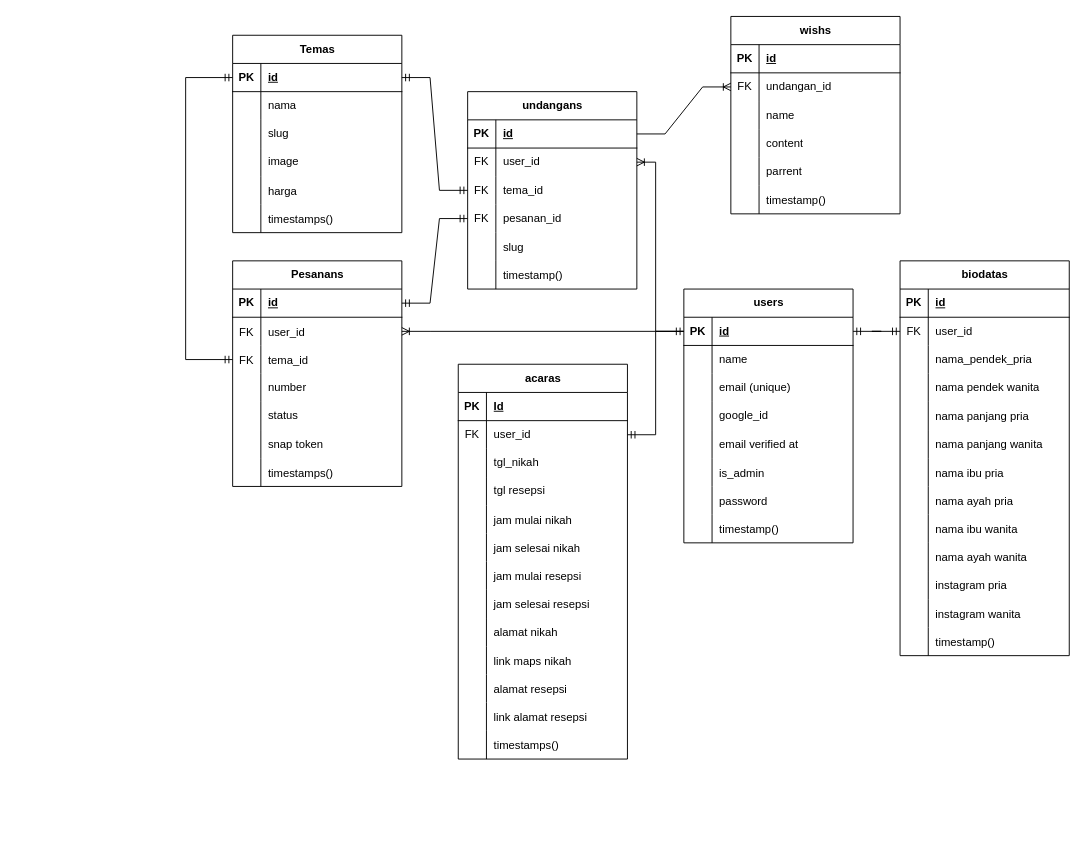
Earlier version of the draw.io diagram Untitled Diagram.drawio (herisukoco/draw.io). Source tidied: cells renumbered, new cells numbered last; positions are measured from the earlier drawing's top-left corner, leaving out a move shared by most shapes. Both pictures are drawn from the tidied source at 94%, with x=0, y=0 at pixel (185, 16).
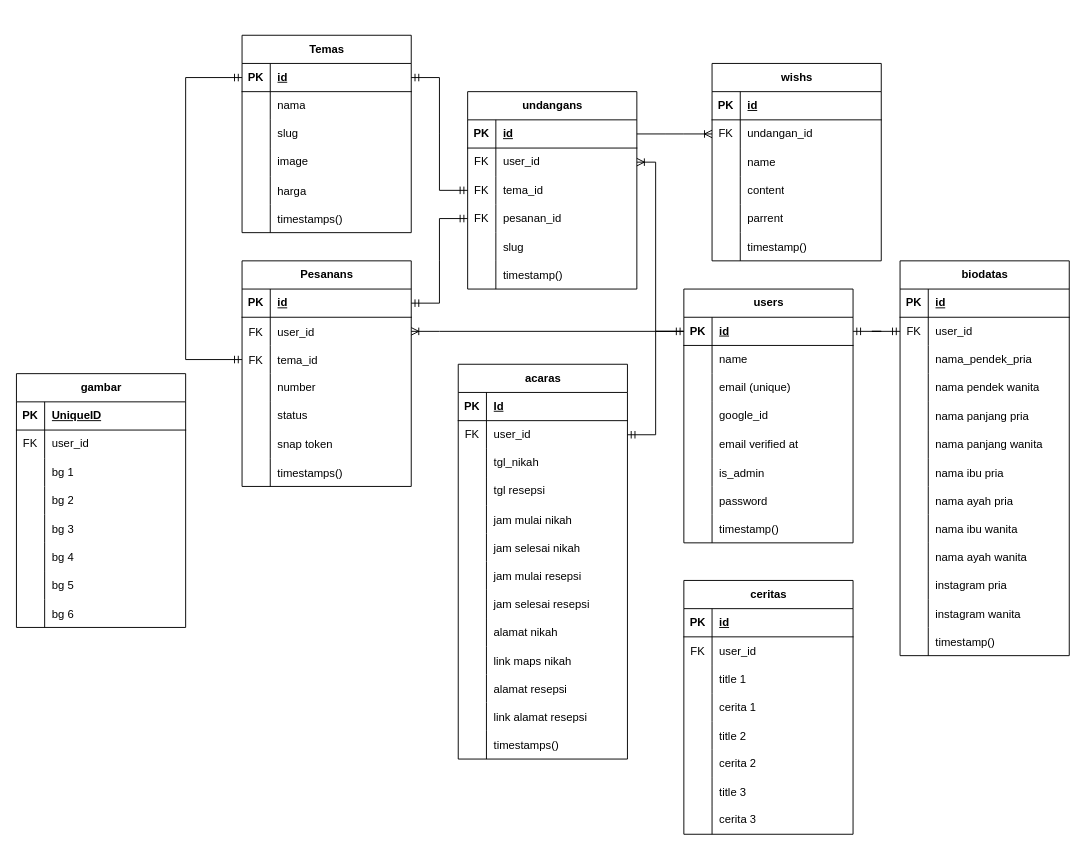
After the change.

Change to the diagram source:
```diff
@@
     <mxCell id="109" value="Temas" style="shape=table;startSize=30;childLayout=tableLayout;rowLines=0;fontStyle=1;align=center;html=1;" parent="1" vertex="1">
-      <mxGeometry x="50" y="20" width="180" height="210" as="geometry" />
+      <mxGeometry x="60" y="20" width="180" height="210" as="geometry" />
     </mxCell>
@@
     <mxCell id="128" value="Pesanans" style="shape=table;startSize=30;childLayout=tableLayout;rowLines=0;fontStyle=1;align=center;html=1;" parent="1" vertex="1">
-      <mxGeometry x="50" y="260" width="180" height="240" as="geometry" />
+      <mxGeometry x="60" y="260" width="180" height="240" as="geometry" />
     </mxCell>
@@
     <mxCell id="171" value="wishs" style="shape=table;startSize=30;childLayout=tableLayout;rowLines=0;fontStyle=1;align=center;html=1;" parent="1" vertex="1">
-      <mxGeometry x="580" width="180" height="210" as="geometry" />
+      <mxGeometry x="560" y="50" width="180" height="210" as="geometry" />
     </mxCell>
@@
+    <mxCell id="194" value="ceritas" style="shape=table;startSize=30;childLayout=tableLayout;rowLines=0;fontStyle=1;align=center;html=1;" parent="1" vertex="1">
+      <mxGeometry x="530" y="600" width="180" height="270" as="geometry" />
+    </mxCell>
+    <mxCell id="195" style="shape=tableRow;horizontal=0;startSize=0;swimlaneHead=0;swimlaneBody=0;fillColor=none;top=0;left=0;right=0;bottom=1;" parent="194" vertex="1">
+      <mxGeometry y="30" width="180" height="30" as="geometry" />
+    </mxCell>
+    <mxCell id="196" value="PK" style="shape=partialRectangle;fillColor=none;top=0;left=0;bottom=0;right=0;fontStyle=1;overflow=hidden;whiteSpace=wrap;html=1;" parent="195" vertex="1">
+      <mxGeometry width="30" height="30" as="geometry" />
+    </mxCell>
+    <mxCell id="197" value="id" style="shape=partialRectangle;fillColor=none;top=0;left=0;bottom=0;right=0;align=left;spacingLeft=6;fontStyle=5;overflow=hidden;whiteSpace=wrap;html=1;" parent="195" vertex="1">
+      <mxGeometry x="30" width="150" height="30" as="geometry" />
+    </mxCell>
+    <mxCell id="198" style="shape=tableRow;horizontal=0;startSize=0;swimlaneHead=0;swimlaneBody=0;fillColor=none;top=0;left=0;right=0;bottom=0;" parent="194" vertex="1">
+      <mxGeometry y="60" width="180" height="30" as="geometry" />
+    </mxCell>
+    <mxCell id="199" value="FK" style="shape=partialRectangle;fillColor=none;top=0;left=0;bottom=0;right=0;overflow=hidden;" parent="198" vertex="1">
+      <mxGeometry width="30" height="30" as="geometry" />
+    </mxCell>
+    <mxCell id="200" value="user_id" style="shape=partialRectangle;fillColor=none;top=0;left=0;bottom=0;right=0;align=left;spacingLeft=6;overflow=hidden;" parent="198" vertex="1">
+      <mxGeometry x="30" width="150" height="30" as="geometry" />
+    </mxCell>
+    <mxCell id="201" style="shape=tableRow;horizontal=0;startSize=0;swimlaneHead=0;swimlaneBody=0;fillColor=none;top=0;left=0;right=0;bottom=0;" parent="194" vertex="1">
+      <mxGeometry y="90" width="180" height="30" as="geometry" />
+    </mxCell>
+    <mxCell id="202" style="shape=partialRectangle;fillColor=none;top=0;left=0;bottom=0;right=0;overflow=hidden;" parent="201" vertex="1">
+      <mxGeometry width="30" height="30" as="geometry" />
+    </mxCell>
+    <mxCell id="203" value="title 1" style="shape=partialRectangle;fillColor=none;top=0;left=0;bottom=0;right=0;align=left;spacingLeft=6;overflow=hidden;" parent="201" vertex="1">
+      <mxGeometry x="30" width="150" height="30" as="geometry" />
+    </mxCell>
+    <mxCell id="204" style="shape=tableRow;horizontal=0;startSize=0;swimlaneHead=0;swimlaneBody=0;fillColor=none;top=0;left=0;right=0;bottom=0;" parent="194" vertex="1">
+      <mxGeometry y="120" width="180" height="30" as="geometry" />
+    </mxCell>
+    <mxCell id="205" style="shape=partialRectangle;fillColor=none;top=0;left=0;bottom=0;right=0;overflow=hidden;whiteSpace=wrap;html=1;" parent="204" vertex="1">
+      <mxGeometry width="30" height="30" as="geometry" />
+    </mxCell>
+    <mxCell id="206" value="cerita 1" style="shape=partialRectangle;fillColor=none;top=0;left=0;bottom=0;right=0;align=left;spacingLeft=6;overflow=hidden;whiteSpace=wrap;html=1;" parent="204" vertex="1">
+      <mxGeometry x="30" width="150" height="30" as="geometry" />
+    </mxCell>
+    <mxCell id="207" style="shape=tableRow;horizontal=0;startSize=0;swimlaneHead=0;swimlaneBody=0;fillColor=none;top=0;left=0;right=0;bottom=0;" parent="194" vertex="1">
+      <mxGeometry y="150" width="180" height="30" as="geometry" />
+    </mxCell>
+    <mxCell id="208" style="shape=partialRectangle;fillColor=none;top=0;left=0;bottom=0;right=0;overflow=hidden;" parent="207" vertex="1">
+      <mxGeometry width="30" height="30" as="geometry" />
+    </mxCell>
+    <mxCell id="209" value="title 2" style="shape=partialRectangle;fillColor=none;top=0;left=0;bottom=0;right=0;align=left;spacingLeft=6;overflow=hidden;" parent="207" vertex="1">
+      <mxGeometry x="30" width="150" height="30" as="geometry" />
+    </mxCell>
+    <mxCell id="210" style="shape=tableRow;horizontal=0;startSize=0;swimlaneHead=0;swimlaneBody=0;fillColor=none;top=0;left=0;right=0;bottom=0;" parent="194" vertex="1">
+      <mxGeometry y="180" width="180" height="30" as="geometry" />
+    </mxCell>
+    <mxCell id="211" style="shape=partialRectangle;fillColor=none;top=0;left=0;bottom=0;right=0;overflow=hidden;whiteSpace=wrap;html=1;" parent="210" vertex="1">
+      <mxGeometry width="30" height="30" as="geometry" />
+    </mxCell>
+    <mxCell id="212" value="cerita 2" style="shape=partialRectangle;fillColor=none;top=0;left=0;bottom=0;right=0;align=left;spacingLeft=6;overflow=hidden;whiteSpace=wrap;html=1;" parent="210" vertex="1">
+      <mxGeometry x="30" width="150" height="30" as="geometry" />
+    </mxCell>
+    <mxCell id="213" style="shape=tableRow;horizontal=0;startSize=0;swimlaneHead=0;swimlaneBody=0;fillColor=none;top=0;left=0;right=0;bottom=0;" parent="194" vertex="1">
+      <mxGeometry y="210" width="180" height="30" as="geometry" />
+    </mxCell>
+    <mxCell id="214" style="shape=partialRectangle;fillColor=none;top=0;left=0;bottom=0;right=0;overflow=hidden;" parent="213" vertex="1">
+      <mxGeometry width="30" height="30" as="geometry" />
+    </mxCell>
+    <mxCell id="215" value="title 3" style="shape=partialRectangle;fillColor=none;top=0;left=0;bottom=0;right=0;align=left;spacingLeft=6;overflow=hidden;" parent="213" vertex="1">
+      <mxGeometry x="30" width="150" height="30" as="geometry" />
+    </mxCell>
+    <mxCell id="216" style="shape=tableRow;horizontal=0;startSize=0;swimlaneHead=0;swimlaneBody=0;fillColor=none;top=0;left=0;right=0;bottom=0;" parent="194" vertex="1">
+      <mxGeometry y="240" width="180" height="30" as="geometry" />
+    </mxCell>
+    <mxCell id="217" style="shape=partialRectangle;fillColor=none;top=0;left=0;bottom=0;right=0;overflow=hidden;whiteSpace=wrap;html=1;" parent="216" vertex="1">
+      <mxGeometry width="30" height="30" as="geometry" />
+    </mxCell>
+    <mxCell id="218" value="cerita 3" style="shape=partialRectangle;fillColor=none;top=0;left=0;bottom=0;right=0;align=left;spacingLeft=6;overflow=hidden;whiteSpace=wrap;html=1;" parent="216" vertex="1">
+      <mxGeometry x="30" width="150" height="30" as="geometry" />
+    </mxCell>
+    <mxCell id="219" value="gambar" style="shape=table;startSize=30;childLayout=tableLayout;rowLines=0;fontStyle=1;align=center;html=1;" parent="1" vertex="1">
+      <mxGeometry x="-180" y="380" width="180" height="270" as="geometry" />
+    </mxCell>
+    <mxCell id="220" style="shape=tableRow;horizontal=0;startSize=0;swimlaneHead=0;swimlaneBody=0;fillColor=none;top=0;left=0;right=0;bottom=1;" parent="219" vertex="1">
+      <mxGeometry y="30" width="180" height="30" as="geometry" />
+    </mxCell>
+    <mxCell id="221" value="PK" style="shape=partialRectangle;fillColor=none;top=0;left=0;bottom=0;right=0;fontStyle=1;overflow=hidden;whiteSpace=wrap;html=1;" parent="220" vertex="1">
+      <mxGeometry width="30" height="30" as="geometry" />
+    </mxCell>
+    <mxCell id="222" value="UniqueID" style="shape=partialRectangle;fillColor=none;top=0;left=0;bottom=0;right=0;align=left;spacingLeft=6;fontStyle=5;overflow=hidden;whiteSpace=wrap;html=1;" parent="220" vertex="1">
+      <mxGeometry x="30" width="150" height="30" as="geometry" />
+    </mxCell>
+    <mxCell id="223" style="shape=tableRow;horizontal=0;startSize=0;swimlaneHead=0;swimlaneBody=0;fillColor=none;top=0;left=0;right=0;bottom=0;" parent="219" vertex="1">
+      <mxGeometry y="60" width="180" height="30" as="geometry" />
+    </mxCell>
+    <mxCell id="224" value="FK" style="shape=partialRectangle;fillColor=none;top=0;left=0;bottom=0;right=0;overflow=hidden;whiteSpace=wrap;html=1;" parent="223" vertex="1">
+      <mxGeometry width="30" height="30" as="geometry" />
+    </mxCell>
+    <mxCell id="225" value="user_id" style="shape=partialRectangle;fillColor=none;top=0;left=0;bottom=0;right=0;align=left;spacingLeft=6;overflow=hidden;whiteSpace=wrap;html=1;" parent="223" vertex="1">
+      <mxGeometry x="30" width="150" height="30" as="geometry" />
+    </mxCell>
+    <mxCell id="226" style="shape=tableRow;horizontal=0;startSize=0;swimlaneHead=0;swimlaneBody=0;fillColor=none;top=0;left=0;right=0;bottom=0;" parent="219" vertex="1">
+      <mxGeometry y="90" width="180" height="30" as="geometry" />
+    </mxCell>
+    <mxCell id="227" style="shape=partialRectangle;fillColor=none;top=0;left=0;bottom=0;right=0;overflow=hidden;whiteSpace=wrap;html=1;" parent="226" vertex="1">
+      <mxGeometry width="30" height="30" as="geometry" />
+    </mxCell>
+    <mxCell id="228" value="bg 1" style="shape=partialRectangle;fillColor=none;top=0;left=0;bottom=0;right=0;align=left;spacingLeft=6;overflow=hidden;whiteSpace=wrap;html=1;" parent="226" vertex="1">
+      <mxGeometry x="30" width="150" height="30" as="geometry" />
+    </mxCell>
+    <mxCell id="229" style="shape=tableRow;horizontal=0;startSize=0;swimlaneHead=0;swimlaneBody=0;fillColor=none;top=0;left=0;right=0;bottom=0;" parent="219" vertex="1">
+      <mxGeometry y="120" width="180" height="30" as="geometry" />
+    </mxCell>
+    <mxCell id="230" style="shape=partialRectangle;fillColor=none;top=0;left=0;bottom=0;right=0;overflow=hidden;whiteSpace=wrap;html=1;" parent="229" vertex="1">
+      <mxGeometry width="30" height="30" as="geometry" />
+    </mxCell>
+    <mxCell id="231" value="bg 2" style="shape=partialRectangle;fillColor=none;top=0;left=0;bottom=0;right=0;align=left;spacingLeft=6;overflow=hidden;whiteSpace=wrap;html=1;" parent="229" vertex="1">
+      <mxGeometry x="30" width="150" height="30" as="geometry" />
+    </mxCell>
+    <mxCell id="232" style="shape=tableRow;horizontal=0;startSize=0;swimlaneHead=0;swimlaneBody=0;fillColor=none;top=0;left=0;right=0;bottom=0;" parent="219" vertex="1">
+      <mxGeometry y="150" width="180" height="30" as="geometry" />
+    </mxCell>
+    <mxCell id="233" style="shape=partialRectangle;fillColor=none;top=0;left=0;bottom=0;right=0;overflow=hidden;" parent="232" vertex="1">
+      <mxGeometry width="30" height="30" as="geometry" />
+    </mxCell>
+    <mxCell id="234" value="bg 3" style="shape=partialRectangle;fillColor=none;top=0;left=0;bottom=0;right=0;align=left;spacingLeft=6;overflow=hidden;" parent="232" vertex="1">
+      <mxGeometry x="30" width="150" height="30" as="geometry" />
+    </mxCell>
+    <mxCell id="235" style="shape=tableRow;horizontal=0;startSize=0;swimlaneHead=0;swimlaneBody=0;fillColor=none;top=0;left=0;right=0;bottom=0;" parent="219" vertex="1">
+      <mxGeometry y="180" width="180" height="30" as="geometry" />
+    </mxCell>
+    <mxCell id="236" style="shape=partialRectangle;fillColor=none;top=0;left=0;bottom=0;right=0;overflow=hidden;" parent="235" vertex="1">
+      <mxGeometry width="30" height="30" as="geometry" />
+    </mxCell>
+    <mxCell id="237" value="bg 4" style="shape=partialRectangle;fillColor=none;top=0;left=0;bottom=0;right=0;align=left;spacingLeft=6;overflow=hidden;" parent="235" vertex="1">
+      <mxGeometry x="30" width="150" height="30" as="geometry" />
+    </mxCell>
+    <mxCell id="238" style="shape=tableRow;horizontal=0;startSize=0;swimlaneHead=0;swimlaneBody=0;fillColor=none;top=0;left=0;right=0;bottom=0;" parent="219" vertex="1">
+      <mxGeometry y="210" width="180" height="30" as="geometry" />
+    </mxCell>
+    <mxCell id="239" style="shape=partialRectangle;fillColor=none;top=0;left=0;bottom=0;right=0;overflow=hidden;" parent="238" vertex="1">
+      <mxGeometry width="30" height="30" as="geometry" />
+    </mxCell>
+    <mxCell id="240" value="bg 5" style="shape=partialRectangle;fillColor=none;top=0;left=0;bottom=0;right=0;align=left;spacingLeft=6;overflow=hidden;" parent="238" vertex="1">
+      <mxGeometry x="30" width="150" height="30" as="geometry" />
+    </mxCell>
+    <mxCell id="241" style="shape=tableRow;horizontal=0;startSize=0;swimlaneHead=0;swimlaneBody=0;fillColor=none;top=0;left=0;right=0;bottom=0;" parent="219" vertex="1">
+      <mxGeometry y="240" width="180" height="30" as="geometry" />
+    </mxCell>
+    <mxCell id="242" style="shape=partialRectangle;fillColor=none;top=0;left=0;bottom=0;right=0;overflow=hidden;" parent="241" vertex="1">
+      <mxGeometry width="30" height="30" as="geometry" />
+    </mxCell>
+    <mxCell id="243" value="bg 6" style="shape=partialRectangle;fillColor=none;top=0;left=0;bottom=0;right=0;align=left;spacingLeft=6;overflow=hidden;" parent="241" vertex="1">
+      <mxGeometry x="30" width="150" height="30" as="geometry" />
+    </mxCell>
```
